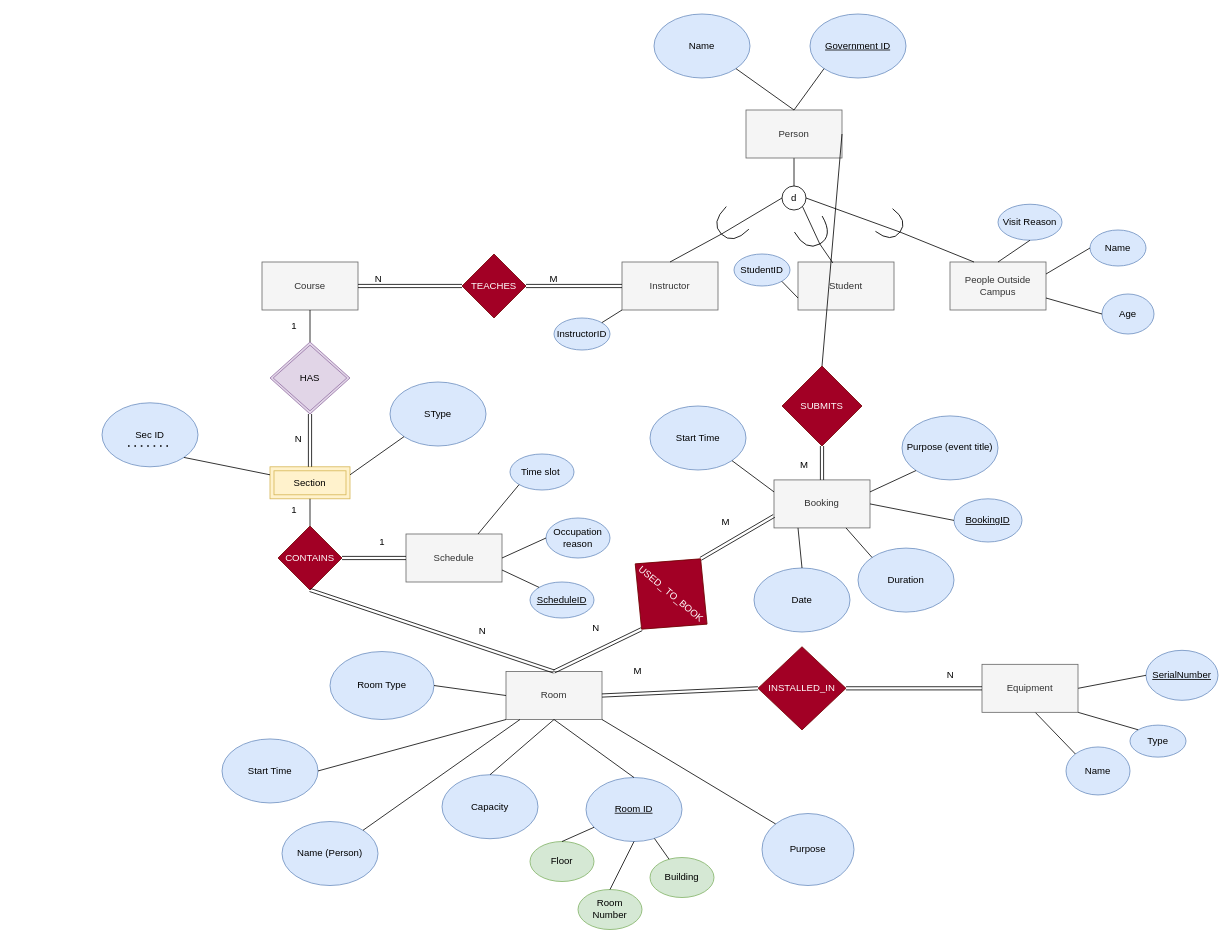
Before: Step 2 ER/EER Diagram.drawio in William-BC-CA/CPSC2221_Term_Project_Files, a draw.io diagram. Source tidied: cells renumbered, new cells numbered last; positions are measured from the earlier drawing's top-left corner, leaving out a move shared by most shapes. Both pictures are drawn from the tidied source at 80%, with x=0, y=0 at pixel (102, 14).
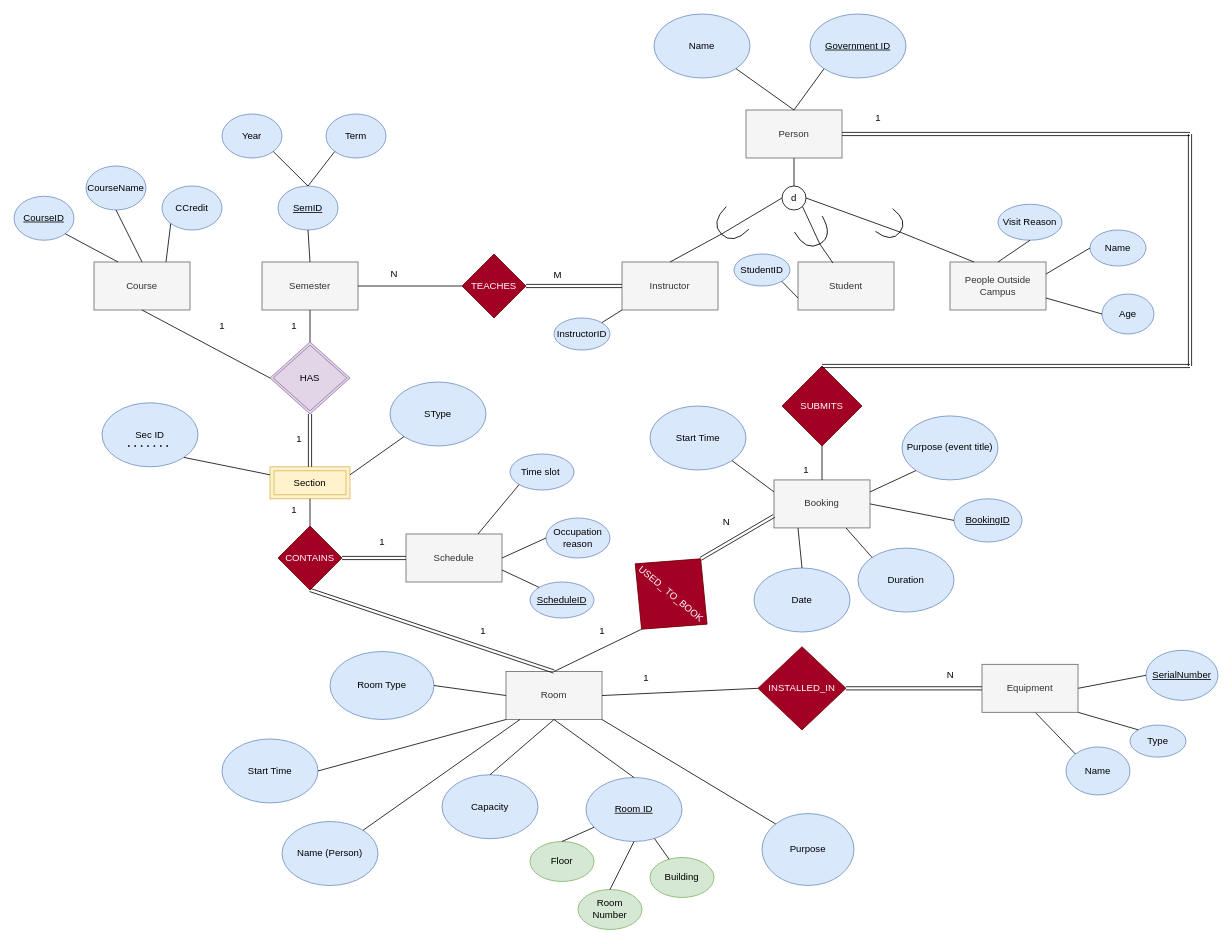
After the change.

Unchanged cells that the change refers to:
```xml
<mxCell id="3" value="Room" style="rounded=0;whiteSpace=wrap;html=1;fillColor=#f5f5f5;strokeColor=#666666;fontColor=#333333;" parent="1" vertex="1">
  <mxGeometry x="505" y="821.9" width="120" height="60" as="geometry" />
</mxCell>
<mxCell id="31" value="Person" style="rounded=0;whiteSpace=wrap;html=1;fillColor=#f5f5f5;fontColor=#333333;strokeColor=#666666;" parent="1" vertex="1">
  <mxGeometry x="805" y="120" width="120" height="60" as="geometry" />
</mxCell>
<mxCell id="44" value="Booking" style="rounded=0;whiteSpace=wrap;html=1;fillColor=#f5f5f5;fontColor=#333333;strokeColor=#666666;" parent="1" vertex="1">
  <mxGeometry x="840" y="582.4" width="120" height="60" as="geometry" />
</mxCell>
<mxCell id="55" value="HAS" style="shape=rhombus;double=1;perimeter=rhombusPerimeter;whiteSpace=wrap;html=1;align=center;fillColor=#e1d5e7;strokeColor=#9673a6;" parent="1" vertex="1">
  <mxGeometry x="210" y="410" width="100" height="90" as="geometry" />
</mxCell>
<mxCell id="58" value="TEACHES" style="rhombus;whiteSpace=wrap;html=1;fillColor=#a20025;fontColor=#ffffff;strokeColor=#6F0000;" parent="1" vertex="1">
  <mxGeometry x="450" y="300" width="80" height="80" as="geometry" />
</mxCell>
<mxCell id="59" style="shape=link;html=1;rounded=0;entryX=0.5;entryY=0;entryDx=0;entryDy=0;exitX=0.5;exitY=1;exitDx=0;exitDy=0;" parent="1" edge="1" source="55" target="57">
  <mxGeometry relative="1" as="geometry" />
</mxCell>
<mxCell id="68" style="shape=link;html=1;rounded=0;entryX=0;entryY=0.5;entryDx=0;entryDy=0;exitX=1;exitY=0.5;exitDx=0;exitDy=0;" parent="1" edge="1" source="58" target="2">
  <mxGeometry relative="1" as="geometry" />
</mxCell>
<mxCell id="74" value="INSTALLED_IN" style="rhombus;whiteSpace=wrap;html=1;fillColor=#a20025;fontColor=#ffffff;strokeColor=#6F0000;" parent="1" vertex="1">
  <mxGeometry x="820" y="790.9" width="110" height="104" as="geometry" />
</mxCell>
<mxCell id="81" style="shape=link;html=1;rounded=0;exitX=0.5;exitY=0;exitDx=0;exitDy=0;entryX=0.5;entryY=1;entryDx=0;entryDy=0;" parent="1" edge="1" source="3" target="4">
  <mxGeometry relative="1" as="geometry" />
</mxCell>
<mxCell id="86" value="SUBMITS" style="rhombus;whiteSpace=wrap;html=1;fillColor=#a20025;fontColor=#ffffff;strokeColor=#6F0000;" parent="1" vertex="1">
  <mxGeometry x="850" y="440" width="100" height="100" as="geometry" />
</mxCell>
<mxCell id="87" value="USED_ TO_BOOK" style="rhombus;whiteSpace=wrap;html=1;rotation=40;fillColor=#a20025;fontColor=#ffffff;strokeColor=#6F0000;" parent="1" vertex="1">
  <mxGeometry x="652.8" y="667.6" width="117.2" height="114.8" as="geometry" />
</mxCell>
<mxCell id="90" style="shape=link;html=1;rounded=0;entryX=0;entryY=0.75;entryDx=0;entryDy=0;exitX=0.5;exitY=0;exitDx=0;exitDy=0;" parent="1" edge="1" source="87" target="44">
  <mxGeometry relative="1" as="geometry" />
</mxCell>
```

The edit, as a diff of the source:
```diff
@@
-    <mxCell id="56" value="Course" style="rounded=0;whiteSpace=wrap;html=1;fillColor=#f5f5f5;fontColor=#333333;strokeColor=#666666;" parent="1" vertex="1">
+    <mxCell id="56" value="Semester" style="rounded=0;whiteSpace=wrap;html=1;fillColor=#f5f5f5;fontColor=#333333;strokeColor=#666666;" parent="1" vertex="1">
       <mxGeometry x="200" y="310" width="120" height="60" as="geometry" />
     </mxCell>
@@
-    <mxCell id="60" value="N" style="html=1;align=right;verticalAlign=bottom;" parent="59" vertex="1">
+    <mxCell id="60" value="1" style="html=1;align=right;verticalAlign=bottom;" parent="59" vertex="1">
       <mxGeometry x="1" relative="1" as="geometry">
         <mxPoint x="-10" y="-26" as="offset" />
       </mxGeometry>
     </mxCell>
@@
-    <mxCell id="66" style="shape=link;html=1;rounded=0;exitX=1;exitY=0.5;exitDx=0;exitDy=0;" parent="1" edge="1" source="56">
-      <mxGeometry relative="1" as="geometry">
-        <mxPoint x="450" y="340" as="targetPoint" />
-      </mxGeometry>
-    </mxCell>
-    <mxCell id="67" value="N" style="html=1;align=right;verticalAlign=bottom;" parent="66" vertex="1">
-      <mxGeometry x="1" relative="1" as="geometry">
-        <mxPoint x="-100" as="offset" />
-      </mxGeometry>
-    </mxCell>
@@
     <mxCell id="69" value="M" style="html=1;align=right;verticalAlign=bottom;" parent="68" vertex="1">
       <mxGeometry x="1" relative="1" as="geometry">
-        <mxPoint x="-80" as="offset" />
+        <mxPoint x="-75" y="-5" as="offset" />
       </mxGeometry>
     </mxCell>
@@
-    <mxCell id="79" style="shape=link;html=1;rounded=0;exitX=1;exitY=0.5;exitDx=0;exitDy=0;entryX=0;entryY=0.5;entryDx=0;entryDy=0;" parent="1" edge="1" source="3" target="74">
-      <mxGeometry relative="1" as="geometry" />
-    </mxCell>
-    <mxCell id="80" value="M" style="html=1;align=right;verticalAlign=bottom;" parent="79" vertex="1">
-      <mxGeometry x="1" relative="1" as="geometry">
-        <mxPoint x="-145" y="-13" as="offset" />
-      </mxGeometry>
-    </mxCell>
@@
-    <mxCell id="82" value="N" style="html=1;align=right;verticalAlign=bottom;" parent="81" vertex="1">
+    <mxCell id="82" value="1" style="html=1;align=right;verticalAlign=bottom;" parent="81" vertex="1">
       <mxGeometry x="1" relative="1" as="geometry">
         <mxPoint x="220" y="60" as="offset" />
       </mxGeometry>
     </mxCell>
@@
-    <mxCell id="88" style="shape=link;html=1;rounded=0;exitX=0.5;exitY=0;exitDx=0;exitDy=0;entryX=0.5;entryY=1;entryDx=0;entryDy=0;" parent="1" edge="1" source="3" target="87">
-      <mxGeometry relative="1" as="geometry" />
-    </mxCell>
-    <mxCell id="89" value="N" style="html=1;align=right;verticalAlign=bottom;" parent="88" vertex="1">
-      <mxGeometry x="1" relative="1" as="geometry">
-        <mxPoint x="-53" y="7" as="offset" />
-      </mxGeometry>
-    </mxCell>
@@
-    <mxCell id="91" value="M" style="html=1;align=right;verticalAlign=bottom;" parent="90" vertex="1">
+    <mxCell id="91" value="N" style="html=1;align=right;verticalAlign=bottom;" parent="90" vertex="1">
       <mxGeometry x="1" relative="1" as="geometry">
         <mxPoint x="-55" y="15" as="offset" />
       </mxGeometry>
     </mxCell>
@@
-    <mxCell id="94" style="shape=link;html=1;rounded=0;entryX=0.5;entryY=0;entryDx=0;entryDy=0;exitX=0.5;exitY=1;exitDx=0;exitDy=0;" parent="1" edge="1" source="86" target="44">
-      <mxGeometry relative="1" as="geometry" />
-    </mxCell>
-    <mxCell id="95" value="M" style="html=1;align=right;verticalAlign=bottom;" parent="94" vertex="1">
-      <mxGeometry x="1" relative="1" as="geometry">
-        <mxPoint x="-17" y="-10" as="offset" />
-      </mxGeometry>
-    </mxCell>
@@
-    <mxCell id="106" style="endArrow=none;html=1;rounded=0;entryX=1;entryY=0.5;entryDx=0;entryDy=0;exitX=0.5;exitY=0;exitDx=0;exitDy=0;" parent="1" edge="1" source="86" target="31">
-      <mxGeometry relative="1" as="geometry" />
-    </mxCell>
@@
+    <mxCell id="115" value="Year" style="ellipse;whiteSpace=wrap;html=1;fillColor=#dae8fc;strokeColor=#6c8ebf;" parent="1" vertex="1">
+      <mxGeometry x="150" y="125" width="75" height="55" as="geometry" />
+    </mxCell>
+    <mxCell id="116" value="&lt;u&gt;SemID&lt;/u&gt;" style="ellipse;whiteSpace=wrap;html=1;fillColor=#dae8fc;strokeColor=#6c8ebf;" parent="1" vertex="1">
+      <mxGeometry x="220" y="215" width="75" height="55" as="geometry" />
+    </mxCell>
+    <mxCell id="117" value="Term" style="ellipse;whiteSpace=wrap;html=1;fillColor=#dae8fc;strokeColor=#6c8ebf;" parent="1" vertex="1">
+      <mxGeometry x="280" y="125" width="75" height="55" as="geometry" />
+    </mxCell>
+    <mxCell id="118" style="endArrow=none;html=1;rounded=0;entryX=0;entryY=1;entryDx=0;entryDy=0;exitX=0.5;exitY=0;exitDx=0;exitDy=0;" parent="1" edge="1" source="116" target="117">
+      <mxGeometry relative="1" as="geometry" />
+    </mxCell>
+    <mxCell id="119" style="endArrow=none;html=1;rounded=0;entryX=1;entryY=1;entryDx=0;entryDy=0;exitX=0.5;exitY=0;exitDx=0;exitDy=0;" parent="1" edge="1" source="116" target="115">
+      <mxGeometry relative="1" as="geometry" />
+    </mxCell>
+    <mxCell id="120" style="endArrow=none;html=1;rounded=0;exitX=0.5;exitY=0;exitDx=0;exitDy=0;entryX=0.5;entryY=1;entryDx=0;entryDy=0;" parent="1" edge="1" source="56" target="116">
+      <mxGeometry relative="1" as="geometry" />
+    </mxCell>
+    <mxCell id="121" value="Course" style="rounded=0;whiteSpace=wrap;html=1;fillColor=#f5f5f5;fontColor=#333333;strokeColor=#666666;" parent="1" vertex="1">
+      <mxGeometry x="-10" y="310" width="120" height="60" as="geometry" />
+    </mxCell>
+    <mxCell id="122" value="&lt;u&gt;CourseID&lt;/u&gt;" style="ellipse;whiteSpace=wrap;html=1;fillColor=#dae8fc;strokeColor=#6c8ebf;" parent="1" vertex="1">
+      <mxGeometry x="-110" y="227.8" width="75" height="55" as="geometry" />
+    </mxCell>
+    <mxCell id="123" value="CCredit" style="ellipse;whiteSpace=wrap;html=1;fillColor=#dae8fc;strokeColor=#6c8ebf;" parent="1" vertex="1">
+      <mxGeometry x="75" y="215" width="75" height="55" as="geometry" />
+    </mxCell>
+    <mxCell id="124" value="CourseName" style="ellipse;whiteSpace=wrap;html=1;fillColor=#dae8fc;strokeColor=#6c8ebf;" parent="1" vertex="1">
+      <mxGeometry x="-20" y="190" width="75" height="55" as="geometry" />
+    </mxCell>
+    <mxCell id="125" style="endArrow=none;html=1;rounded=0;entryX=1;entryY=1;entryDx=0;entryDy=0;exitX=0.25;exitY=0;exitDx=0;exitDy=0;" parent="1" edge="1" source="121" target="122">
+      <mxGeometry relative="1" as="geometry" />
+    </mxCell>
+    <mxCell id="126" style="endArrow=none;html=1;rounded=0;entryX=0.5;entryY=1;entryDx=0;entryDy=0;exitX=0.5;exitY=0;exitDx=0;exitDy=0;" parent="1" edge="1" source="121" target="124">
+      <mxGeometry relative="1" as="geometry" />
+    </mxCell>
+    <mxCell id="127" style="endArrow=none;html=1;rounded=0;entryX=0;entryY=1;entryDx=0;entryDy=0;exitX=0.75;exitY=0;exitDx=0;exitDy=0;" parent="1" edge="1" source="121" target="123">
+      <mxGeometry relative="1" as="geometry" />
+    </mxCell>
+    <mxCell id="128" style="endArrow=none;html=1;rounded=0;entryX=0.5;entryY=1;entryDx=0;entryDy=0;exitX=0;exitY=0.5;exitDx=0;exitDy=0;" parent="1" edge="1" source="55" target="121">
+      <mxGeometry relative="1" as="geometry" />
+    </mxCell>
+    <mxCell id="129" value="1" style="text;html=1;align=center;verticalAlign=middle;strokeColor=none;fillColor=none;" parent="1" vertex="1">
+      <mxGeometry x="140" y="380" width="20" height="20" as="geometry" />
+    </mxCell>
+    <mxCell id="79" style="endArrow=none;html=1;rounded=0;entryX=0;entryY=0.5;entryDx=0;entryDy=0;exitX=1;exitY=0.5;exitDx=0;exitDy=0;" parent="1" edge="1" source="3" target="74">
+      <mxGeometry relative="1" as="geometry" />
+    </mxCell>
+    <mxCell id="130" value="1" style="text;html=1;align=center;verticalAlign=middle;strokeColor=none;fillColor=none;" parent="1" vertex="1">
+      <mxGeometry x="670" y="820" width="20" height="20" as="geometry" />
+    </mxCell>
+    <mxCell id="131" style="endArrow=none;html=1;rounded=0;exitX=0.5;exitY=0;exitDx=0;exitDy=0;entryX=0.5;entryY=1;entryDx=0;entryDy=0;" parent="1" edge="1" source="44" target="86">
+      <mxGeometry relative="1" as="geometry" />
+    </mxCell>
+    <mxCell id="132" value="1" style="text;html=1;align=center;verticalAlign=middle;strokeColor=none;fillColor=none;" parent="1" vertex="1">
+      <mxGeometry x="960" y="120" width="20" height="20" as="geometry" />
+    </mxCell>
+    <mxCell id="133" value="1" style="text;html=1;align=center;verticalAlign=middle;strokeColor=none;fillColor=none;" parent="1" vertex="1">
+      <mxGeometry x="870" y="560" width="20" height="20" as="geometry" />
+    </mxCell>
+    <mxCell id="88" style="endArrow=none;html=1;rounded=0;exitX=0.5;exitY=0;exitDx=0;exitDy=0;entryX=0.5;entryY=1;entryDx=0;entryDy=0;" parent="1" edge="1" source="3" target="87">
+      <mxGeometry relative="1" as="geometry" />
+    </mxCell>
+    <mxCell id="134" value="1" style="text;html=1;align=center;verticalAlign=middle;strokeColor=none;fillColor=none;" parent="1" vertex="1">
+      <mxGeometry x="615" y="762.4" width="20" height="20" as="geometry" />
+    </mxCell>
+    <mxCell id="135" style="endArrow=none;html=1;rounded=0;entryX=0;entryY=0.5;entryDx=0;entryDy=0;exitX=1;exitY=0.5;exitDx=0;exitDy=0;" parent="1" edge="1" source="56" target="58">
+      <mxGeometry relative="1" as="geometry" />
+    </mxCell>
+    <mxCell id="136" value="N" style="text;html=1;align=center;verticalAlign=middle;strokeColor=none;fillColor=none;" parent="1" vertex="1">
+      <mxGeometry x="355" y="315" width="20" height="20" as="geometry" />
+    </mxCell>
+    <mxCell id="137" style="shape=link;html=1;rounded=0;exitX=0.5;exitY=0;exitDx=0;exitDy=0;" parent="1" edge="1" source="86">
+      <mxGeometry relative="1" as="geometry">
+        <mxPoint x="1360" y="440" as="targetPoint" />
+      </mxGeometry>
+    </mxCell>
+    <mxCell id="138" style="html=1;align=right;verticalAlign=bottom;" parent="137" vertex="1">
+      <mxGeometry x="1" relative="1" as="geometry" />
+    </mxCell>
+    <mxCell id="139" style="shape=link;html=1;rounded=0;" parent="1" edge="1">
+      <mxGeometry relative="1" as="geometry">
+        <mxPoint x="1360" y="440" as="sourcePoint" />
+        <mxPoint x="1360" y="150" as="targetPoint" />
+      </mxGeometry>
+    </mxCell>
+    <mxCell id="140" style="shape=link;html=1;rounded=0;exitX=1;exitY=0.5;exitDx=0;exitDy=0;" parent="1" edge="1" source="31">
+      <mxGeometry relative="1" as="geometry">
+        <mxPoint x="1360" y="150" as="targetPoint" />
+      </mxGeometry>
+    </mxCell>
```
